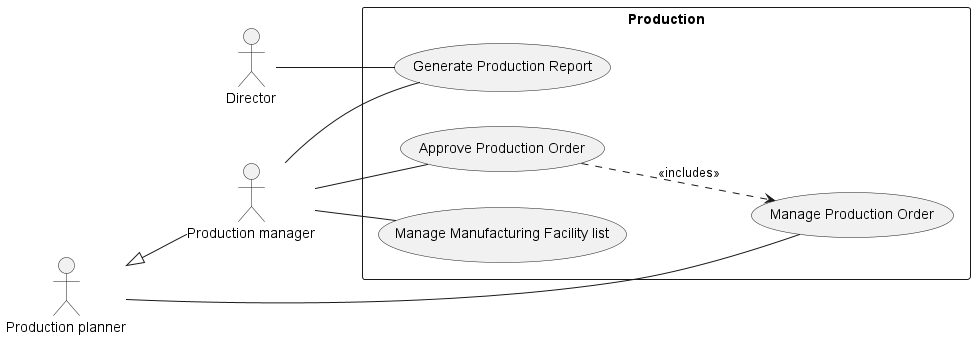
Above: Lab1/Lab1.2/use-cases/Production.png in phihungha/SE357-Practice-class (PlantUML), before the change.
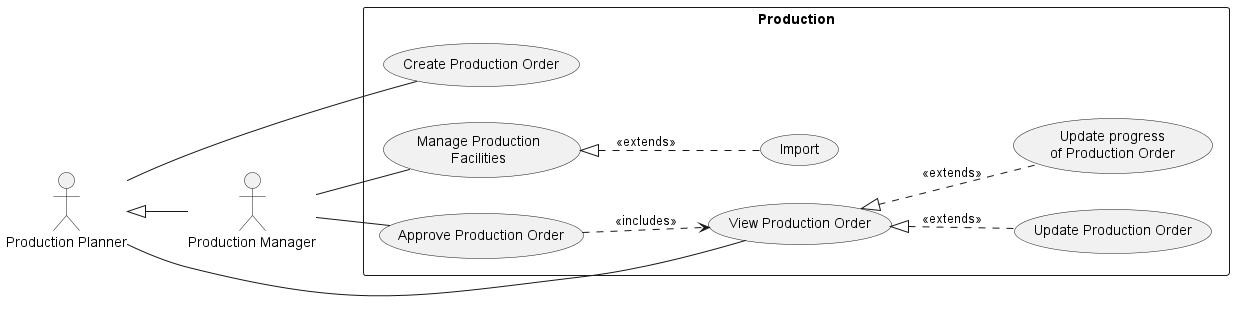
Later version of the same file.

Diff of the diagram source:
```diff
@@ -1,20 +1,20 @@
 @startuml production
 left to right direction
 
-:Production planner: as pp
-:Production manager: as pm
+:Production Planner: as pp
+:Production Manager: as pm
 pp <|-- pm
 
-:Director: as d
-
 rectangle Production {
-  pp -- (Manage Production Order)
+  pp -- (View Production Order)
+  pp -- (Create Production Order)
+  (View Production Order) <|.. (Update Production Order) : <<extends>>
+  (View Production Order) <|.. (Update progress\nof Production Order) : <<extends>>
 
   pm -- (Approve Production Order)
-  (Approve Production Order) ..> (Manage Production Order) : <<includes>>
+  (Approve Production Order) ..> (View Production Order) : <<includes>>
 
-  pm -- (Manage Manufacturing Facility list)
-  pm -- (Generate Production Report)
-  d -- (Generate Production Report)
+  pm -- (Manage Production\nFacilities)
+  (Manage Production\nFacilities) <|.. (Import) : <<extends>>
 }
 @enduml
```
